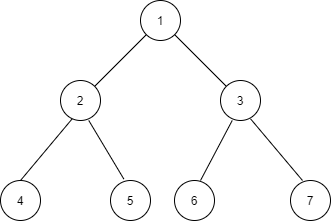
Earlier version of the draw.io export 树结构.png (jsdsfy/flowchart-warehouse). Source tidied: cells renumbered, new cells last; positions are measured from the earlier drawing's top-left corner, leaving out a move shared by most shapes.
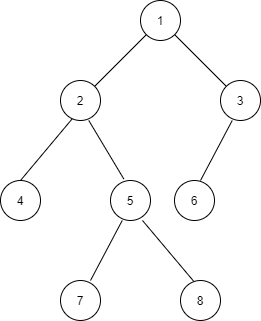
Above is the later version.

Commit message:
更新树结构.png

The edit, as a diff of the source:
```diff
@@ -24,8 +24,8 @@
     </mxCell>
     <mxCell id="8" style="endArrow=none;html=1;entryX=1;entryY=1;entryDx=0;entryDy=0;" parent="1" edge="1">
       <mxGeometry relative="1" as="geometry">
-        <mxPoint x="302" y="180" as="sourcePoint" />
-        <mxPoint x="250" y="118.3" as="targetPoint" />
+        <mxPoint x="194" y="281.7" as="sourcePoint" />
+        <mxPoint x="142" y="220" as="targetPoint" />
       </mxGeometry>
     </mxCell>
     <mxCell id="9" style="endArrow=none;html=1;entryX=0;entryY=1;entryDx=0;entryDy=0;exitX=0.5;exitY=0;exitDx=0;exitDy=0;" parent="1" edge="1" source="11">
@@ -48,8 +48,17 @@
     <mxCell id="13" value="6" style="ellipse;whiteSpace=wrap;html=1;" parent="1" vertex="1">
       <mxGeometry x="174" y="180" width="40" height="40" as="geometry" />
     </mxCell>
-    <mxCell id="14" value="7" style="ellipse;whiteSpace=wrap;html=1;" parent="1" vertex="1">
-      <mxGeometry x="290" y="180" width="40" height="40" as="geometry" />
+    <mxCell id="14" value="8" style="ellipse;whiteSpace=wrap;html=1;" parent="1" vertex="1">
+      <mxGeometry x="180" y="280" width="40" height="40" as="geometry" />
     </mxCell>
+    <mxCell id="15" style="endArrow=none;html=1;entryX=0;entryY=1;entryDx=0;entryDy=0;" parent="1" edge="1">
+      <mxGeometry relative="1" as="geometry">
+        <mxPoint x="90" y="280" as="sourcePoint" />
+        <mxPoint x="121.7" y="220" as="targetPoint" />
+      </mxGeometry>
+    </mxCell>
+    <mxCell id="16" value="7" style="ellipse;whiteSpace=wrap;html=1;" parent="1" vertex="1">
+      <mxGeometry x="60" y="280" width="40" height="40" as="geometry" />
+    </mxCell>
   </root>
 </mxGraphModel>
```
